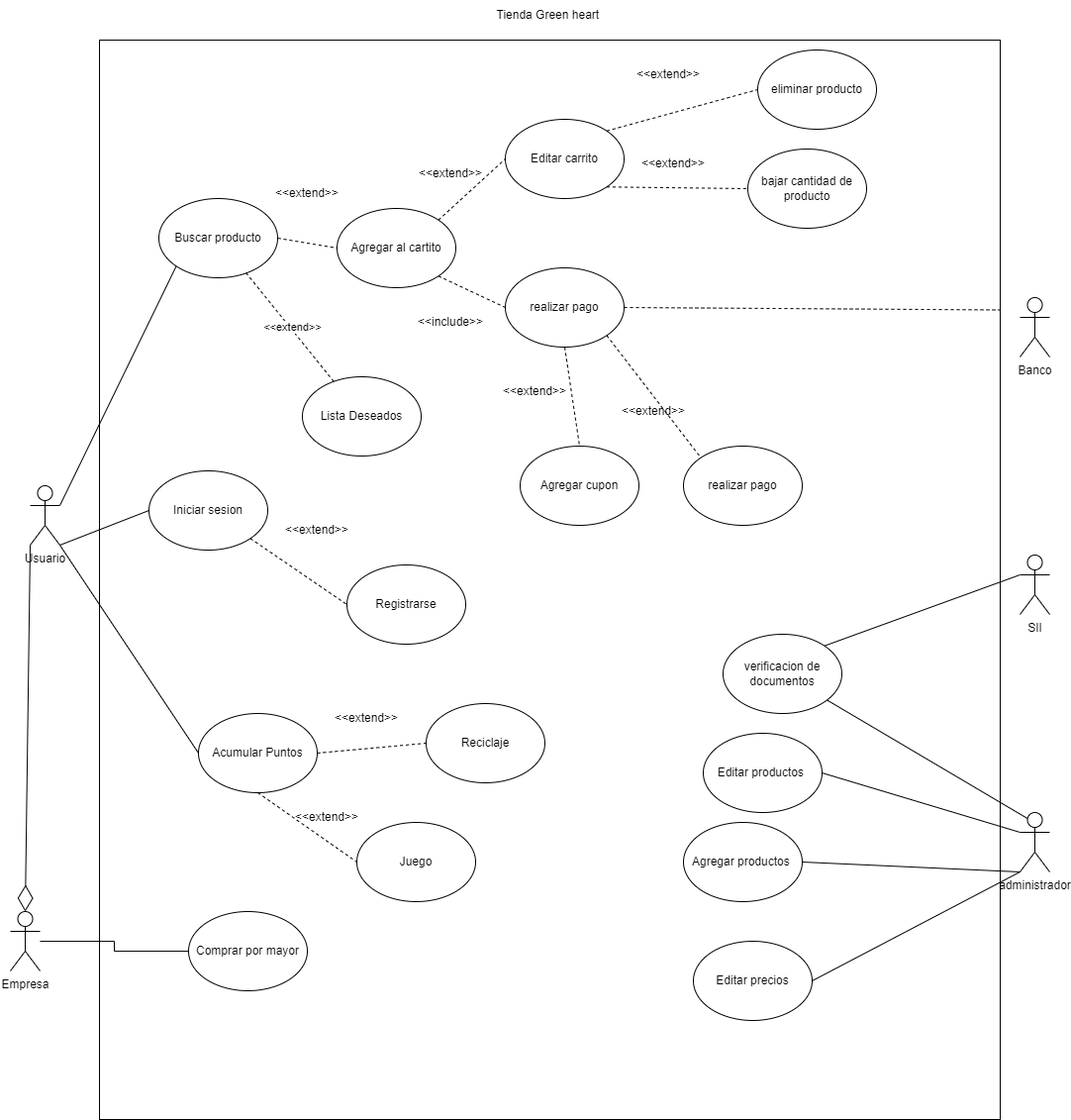
Before: imgReadme/casosuso.png, a diagram exported from draw.io (HVGamerYT7/Proyecto-Ing-Web). Source tidied: cells renumbered, new cells last; positions are measured from the earlier drawing's top-left corner, leaving out a move shared by most shapes.
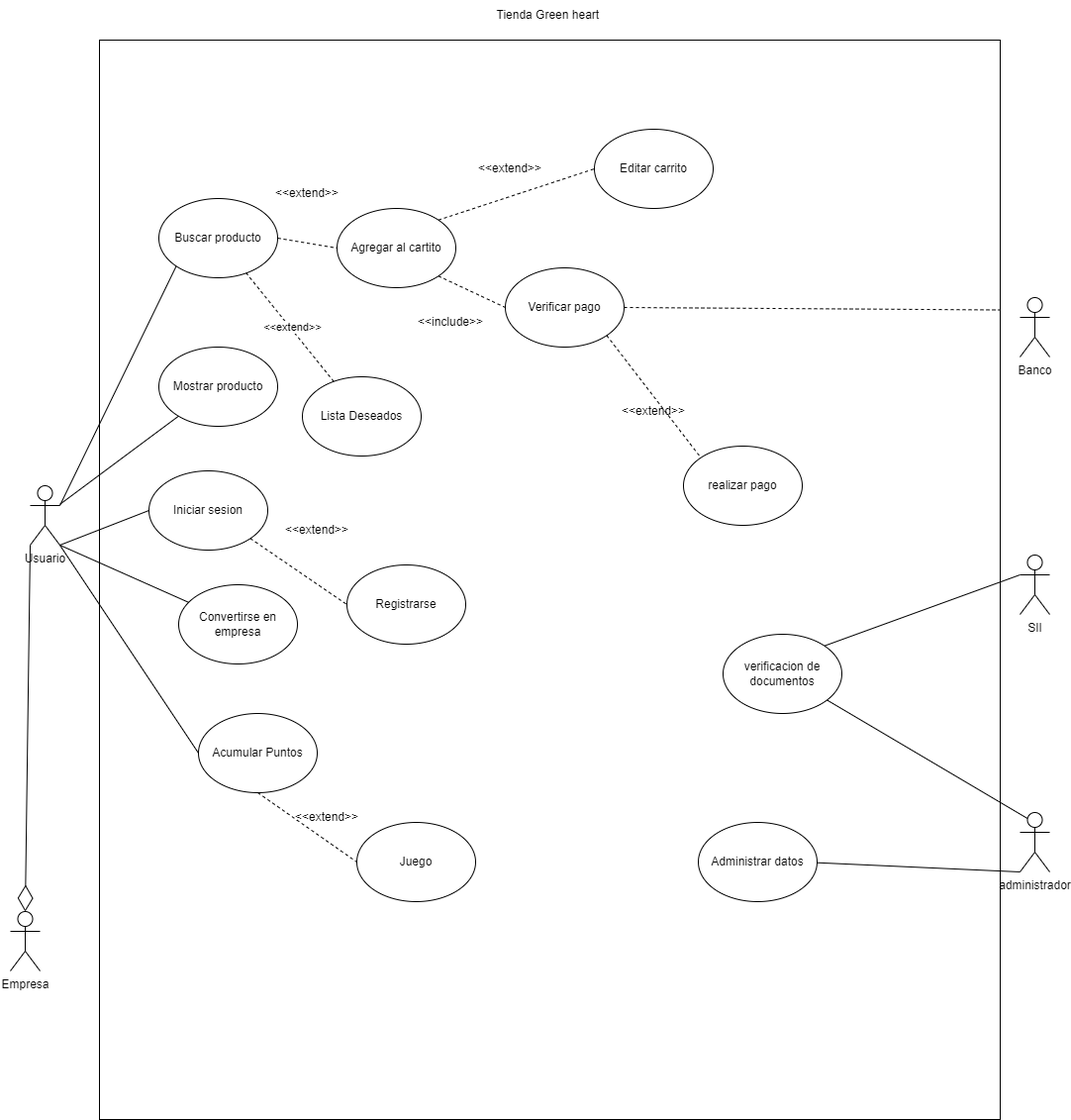
The same file after the commit.

Change to the diagram source:
```diff
@@ -11,9 +11,6 @@
     <mxCell id="4" value="Tienda&amp;nbsp;Green heart&amp;nbsp;" style="text;html=1;strokeColor=none;fillColor=none;align=center;verticalAlign=middle;whiteSpace=wrap;rounded=0;" parent="1" vertex="1">
       <mxGeometry x="450" width="190" height="30" as="geometry" />
     </mxCell>
-    <mxCell id="5" style="edgeStyle=orthogonalEdgeStyle;rounded=0;jettySize=auto;html=1;endArrow=none;endFill=0;" parent="1" edge="1" source="6" target="57">
-      <mxGeometry relative="1" as="geometry" />
-    </mxCell>
     <mxCell id="6" value="Empresa" style="shape=umlActor;verticalLabelPosition=bottom;verticalAlign=top;html=1;outlineConnect=0;" parent="1" vertex="1">
       <mxGeometry y="920" width="30" height="60" as="geometry" />
     </mxCell>
@@ -26,11 +23,8 @@
     <mxCell id="9" style="endArrow=none;html=1;rounded=0;exitX=1;exitY=1;exitDx=0;exitDy=0;exitPerimeter=0;entryX=0;entryY=0.5;entryDx=0;entryDy=0;" parent="1" edge="1" source="3" target="7">
       <mxGeometry relative="1" as="geometry" />
     </mxCell>
-    <mxCell id="10" value="Agregar productos&amp;nbsp;" style="ellipse;whiteSpace=wrap;html=1;" parent="1" vertex="1">
-      <mxGeometry x="680" y="830" width="120" height="80" as="geometry" />
-    </mxCell>
     <mxCell id="11" value="Editar carrito" style="ellipse;whiteSpace=wrap;html=1;" parent="1" vertex="1">
-      <mxGeometry x="500" y="120" width="120" height="80" as="geometry" />
+      <mxGeometry x="590" y="130" width="120" height="80" as="geometry" />
     </mxCell>
     <mxCell id="12" value="Buscar producto" style="ellipse;whiteSpace=wrap;html=1;" parent="1" vertex="1">
       <mxGeometry x="150" y="200" width="120" height="80" as="geometry" />
@@ -41,7 +35,7 @@
     <mxCell id="14" value="&amp;lt;&amp;lt;extend&amp;gt;&amp;gt;" style="text;html=1;strokeColor=none;fillColor=none;align=center;verticalAlign=middle;whiteSpace=wrap;rounded=0;" parent="1" vertex="1">
       <mxGeometry x="270" y="180" width="60" height="30" as="geometry" />
     </mxCell>
-    <mxCell id="15" value="realizar pago" style="ellipse;whiteSpace=wrap;html=1;" parent="1" vertex="1">
+    <mxCell id="15" value="Verificar pago" style="ellipse;whiteSpace=wrap;html=1;" parent="1" vertex="1">
       <mxGeometry x="500" y="270" width="120" height="80" as="geometry" />
     </mxCell>
     <mxCell id="16" value="&amp;lt;&amp;lt;include&amp;gt;&amp;gt;" style="text;html=1;strokeColor=none;fillColor=none;align=center;verticalAlign=middle;whiteSpace=wrap;rounded=0;" parent="1" vertex="1">
@@ -53,20 +47,16 @@
     <mxCell id="18" value="&amp;lt;&amp;lt;extend&amp;gt;&amp;gt;" style="text;html=1;strokeColor=none;fillColor=none;align=center;verticalAlign=middle;whiteSpace=wrap;rounded=0;" parent="1" vertex="1">
       <mxGeometry x="280" y="520" width="60" height="30" as="geometry" />
     </mxCell>
-    <mxCell id="19" value="Editar productos&amp;nbsp;" style="ellipse;whiteSpace=wrap;html=1;" parent="1" vertex="1">
-      <mxGeometry x="700" y="740" width="120" height="80" as="geometry" />
-    </mxCell>
     <mxCell id="20" value="verificacion de documentos" style="ellipse;whiteSpace=wrap;html=1;" parent="1" vertex="1">
       <mxGeometry x="720" y="640" width="120" height="80" as="geometry" />
     </mxCell>
     <mxCell id="21" style="endArrow=none;html=1;rounded=0;entryX=0.25;entryY=0.1;entryDx=0;entryDy=0;entryPerimeter=0;" parent="1" edge="1" source="20" target="8">
       <mxGeometry relative="1" as="geometry" />
     </mxCell>
-    <mxCell id="22" style="endArrow=none;html=1;rounded=0;entryX=0;entryY=0.3333333333333333;entryDx=0;entryDy=0;entryPerimeter=0;exitX=1;exitY=0.5;exitDx=0;exitDy=0;" parent="1" edge="1" source="19" target="8">
-      <mxGeometry relative="1" as="geometry" />
-    </mxCell>
-    <mxCell id="23" style="endArrow=none;html=1;rounded=0;entryX=0;entryY=1;entryDx=0;entryDy=0;entryPerimeter=0;exitX=1;exitY=0.5;exitDx=0;exitDy=0;" parent="1" edge="1" source="10" target="8">
-      <mxGeometry relative="1" as="geometry" />
+    <mxCell id="23" style="endArrow=none;html=1;rounded=0;entryX=0;entryY=1;entryDx=0;entryDy=0;entryPerimeter=0;exitX=1;exitY=0.5;exitDx=0;exitDy=0;" parent="1" edge="1" target="8">
+      <mxGeometry relative="1" as="geometry">
+        <mxPoint x="800" y="870" as="sourcePoint" />
+      </mxGeometry>
     </mxCell>
     <mxCell id="24" value="Banco" style="shape=umlActor;verticalLabelPosition=bottom;verticalAlign=top;html=1;" parent="1" vertex="1">
       <mxGeometry x="1020" y="300" width="30" height="60" as="geometry" />
@@ -77,35 +67,14 @@
     <mxCell id="26" style="endArrow=none;html=1;rounded=0;entryX=0;entryY=0.3333333333333333;entryDx=0;entryDy=0;entryPerimeter=0;exitX=1;exitY=0;exitDx=0;exitDy=0;" parent="1" edge="1" source="20" target="25">
       <mxGeometry relative="1" as="geometry" />
     </mxCell>
-    <mxCell id="27" value="eliminar producto" style="ellipse;whiteSpace=wrap;html=1;" parent="1" vertex="1">
-      <mxGeometry x="755" y="50" width="120" height="80" as="geometry" />
-    </mxCell>
-    <mxCell id="28" value="&amp;lt;&amp;lt;extend&amp;gt;&amp;gt;" style="text;html=1;strokeColor=none;fillColor=none;align=center;verticalAlign=middle;whiteSpace=wrap;rounded=0;" parent="1" vertex="1">
-      <mxGeometry x="635" y="60" width="60" height="30" as="geometry" />
-    </mxCell>
-    <mxCell id="29" value="bajar cantidad de producto" style="ellipse;whiteSpace=wrap;html=1;" parent="1" vertex="1">
-      <mxGeometry x="745" y="150" width="120" height="80" as="geometry" />
-    </mxCell>
-    <mxCell id="30" value="&amp;lt;&amp;lt;extend&amp;gt;&amp;gt;" style="text;html=1;strokeColor=none;fillColor=none;align=center;verticalAlign=middle;whiteSpace=wrap;rounded=0;" parent="1" vertex="1">
-      <mxGeometry x="640" y="150" width="60" height="30" as="geometry" />
-    </mxCell>
-    <mxCell id="31" value="Agregar cupon" style="ellipse;whiteSpace=wrap;html=1;" parent="1" vertex="1">
-      <mxGeometry x="515" y="450" width="120" height="80" as="geometry" />
-    </mxCell>
     <mxCell id="32" value="&amp;lt;&amp;lt;extend&amp;gt;&amp;gt;" style="text;html=1;strokeColor=none;fillColor=none;align=center;verticalAlign=middle;whiteSpace=wrap;rounded=0;" parent="1" vertex="1">
       <mxGeometry x="620" y="400" width="60" height="30" as="geometry" />
     </mxCell>
-    <mxCell id="33" value="Editar precios" style="ellipse;whiteSpace=wrap;html=1;" parent="1" vertex="1">
-      <mxGeometry x="690" y="950" width="120" height="80" as="geometry" />
-    </mxCell>
-    <mxCell id="34" style="endArrow=none;html=1;rounded=0;entryX=0;entryY=1;entryDx=0;entryDy=0;entryPerimeter=0;exitX=1;exitY=0.5;exitDx=0;exitDy=0;" parent="1" edge="1" source="33" target="8">
-      <mxGeometry relative="1" as="geometry" />
-    </mxCell>
     <mxCell id="35" value="Agregar al cartito" style="ellipse;whiteSpace=wrap;html=1;" parent="1" vertex="1">
       <mxGeometry x="330" y="210" width="120" height="80" as="geometry" />
     </mxCell>
     <mxCell id="36" value="&amp;lt;&amp;lt;extend&amp;gt;&amp;gt;" style="text;html=1;strokeColor=none;fillColor=none;align=center;verticalAlign=middle;whiteSpace=wrap;rounded=0;" parent="1" vertex="1">
-      <mxGeometry x="415" y="160" width="60" height="30" as="geometry" />
+      <mxGeometry x="475" y="155" width="60" height="30" as="geometry" />
     </mxCell>
     <mxCell id="37" style="endArrow=diamondThin;endFill=0;endSize=24;html=1;rounded=0;exitX=0;exitY=1;exitDx=0;exitDy=0;exitPerimeter=0;entryX=0.5;entryY=0;entryDx=0;entryDy=0;entryPerimeter=0;" parent="1" edge="1" source="3" target="6">
       <mxGeometry relative="1" as="geometry" />
@@ -113,24 +82,15 @@
     <mxCell id="38" value="realizar pago" style="ellipse;whiteSpace=wrap;html=1;" parent="1" vertex="1">
       <mxGeometry x="680" y="450" width="120" height="80" as="geometry" />
     </mxCell>
-    <mxCell id="39" value="&amp;lt;&amp;lt;extend&amp;gt;&amp;gt;" style="text;html=1;strokeColor=none;fillColor=none;align=center;verticalAlign=middle;whiteSpace=wrap;rounded=0;" parent="1" vertex="1">
-      <mxGeometry x="500" y="380" width="60" height="30" as="geometry" />
-    </mxCell>
     <mxCell id="40" value="Acumular Puntos" style="ellipse;whiteSpace=wrap;html=1;" parent="1" vertex="1">
       <mxGeometry x="190" y="720" width="120" height="80" as="geometry" />
     </mxCell>
     <mxCell id="41" style="endArrow=none;html=1;rounded=0;exitX=1;exitY=1;exitDx=0;exitDy=0;exitPerimeter=0;entryX=0;entryY=0.5;entryDx=0;entryDy=0;" parent="1" edge="1" source="3" target="40">
       <mxGeometry relative="1" as="geometry" />
     </mxCell>
-    <mxCell id="42" value="Reciclaje" style="ellipse;whiteSpace=wrap;html=1;" parent="1" vertex="1">
-      <mxGeometry x="420" y="710" width="120" height="80" as="geometry" />
-    </mxCell>
     <mxCell id="43" value="Juego" style="ellipse;whiteSpace=wrap;html=1;" parent="1" vertex="1">
       <mxGeometry x="350" y="830" width="120" height="80" as="geometry" />
     </mxCell>
-    <mxCell id="44" value="&amp;lt;&amp;lt;extend&amp;gt;&amp;gt;" style="text;html=1;strokeColor=none;fillColor=none;align=center;verticalAlign=middle;whiteSpace=wrap;rounded=0;" parent="1" vertex="1">
-      <mxGeometry x="330" y="710" width="60" height="30" as="geometry" />
-    </mxCell>
     <mxCell id="45" value="&amp;lt;&amp;lt;extend&amp;gt;&amp;gt;" style="text;html=1;strokeColor=none;fillColor=none;align=center;verticalAlign=middle;whiteSpace=wrap;rounded=0;" parent="1" vertex="1">
       <mxGeometry x="290" y="810" width="60" height="30" as="geometry" />
     </mxCell>
@@ -143,33 +103,18 @@
     <mxCell id="48" style="endArrow=none;dashed=1;html=1;rounded=0;exitX=1;exitY=1;exitDx=0;exitDy=0;entryX=0;entryY=0.5;entryDx=0;entryDy=0;" parent="1" edge="1" source="35" target="15">
       <mxGeometry relative="1" as="geometry" />
     </mxCell>
-    <mxCell id="49" style="endArrow=none;dashed=1;html=1;rounded=0;exitX=1;exitY=0;exitDx=0;exitDy=0;entryX=0;entryY=0.5;entryDx=0;entryDy=0;" parent="1" edge="1" source="11" target="27">
-      <mxGeometry relative="1" as="geometry" />
-    </mxCell>
-    <mxCell id="50" style="endArrow=none;dashed=1;html=1;rounded=0;exitX=1;exitY=1;exitDx=0;exitDy=0;entryX=0;entryY=0.5;entryDx=0;entryDy=0;" parent="1" edge="1" source="11" target="29">
-      <mxGeometry relative="1" as="geometry" />
-    </mxCell>
     <mxCell id="51" style="endArrow=none;dashed=1;html=1;rounded=0;exitX=1;exitY=0.5;exitDx=0;exitDy=0;entryX=1;entryY=0.25;entryDx=0;entryDy=0;" parent="1" edge="1" source="15" target="2">
       <mxGeometry relative="1" as="geometry" />
     </mxCell>
     <mxCell id="52" style="endArrow=none;dashed=1;html=1;rounded=0;exitX=1;exitY=1;exitDx=0;exitDy=0;entryX=0;entryY=0;entryDx=0;entryDy=0;" parent="1" edge="1" source="15" target="38">
       <mxGeometry relative="1" as="geometry" />
     </mxCell>
-    <mxCell id="53" style="endArrow=none;dashed=1;html=1;rounded=0;exitX=0.5;exitY=1;exitDx=0;exitDy=0;entryX=0.5;entryY=0;entryDx=0;entryDy=0;" parent="1" edge="1" source="15" target="31">
-      <mxGeometry relative="1" as="geometry" />
-    </mxCell>
     <mxCell id="54" style="endArrow=none;dashed=1;html=1;rounded=0;exitX=1;exitY=1;exitDx=0;exitDy=0;entryX=0;entryY=0.5;entryDx=0;entryDy=0;" parent="1" edge="1" source="7" target="17">
       <mxGeometry relative="1" as="geometry" />
     </mxCell>
-    <mxCell id="55" style="endArrow=none;dashed=1;html=1;rounded=0;exitX=1;exitY=0.5;exitDx=0;exitDy=0;entryX=0;entryY=0.5;entryDx=0;entryDy=0;" parent="1" edge="1" source="40" target="42">
-      <mxGeometry relative="1" as="geometry" />
-    </mxCell>
     <mxCell id="56" style="endArrow=none;dashed=1;html=1;rounded=0;exitX=0.5;exitY=1;exitDx=0;exitDy=0;entryX=0;entryY=0.5;entryDx=0;entryDy=0;" parent="1" edge="1" source="40" target="43">
       <mxGeometry relative="1" as="geometry" />
     </mxCell>
-    <mxCell id="57" value="Comprar por mayor" style="ellipse;whiteSpace=wrap;html=1;" parent="1" vertex="1">
-      <mxGeometry x="180" y="920" width="120" height="80" as="geometry" />
-    </mxCell>
     <mxCell id="58" value="Lista Deseados" style="ellipse;whiteSpace=wrap;html=1;" parent="1" vertex="1">
       <mxGeometry x="295" y="380" width="120" height="80" as="geometry" />
     </mxCell>
@@ -179,5 +124,20 @@
     <mxCell id="60" value="&amp;lt;&amp;lt;extend&amp;gt;&amp;gt;" style="edgeLabel;html=1;align=center;verticalAlign=middle;" parent="59" vertex="1">
       <mxGeometry x="-0.02" y="-2" relative="1" as="geometry" />
     </mxCell>
+    <mxCell id="61" value="Mostrar producto" style="ellipse;whiteSpace=wrap;html=1;" parent="1" vertex="1">
+      <mxGeometry x="150" y="350" width="120" height="80" as="geometry" />
+    </mxCell>
+    <mxCell id="62" style="endArrow=none;html=1;rounded=0;" parent="1" edge="1" source="3" target="61">
+      <mxGeometry relative="1" as="geometry" />
+    </mxCell>
+    <mxCell id="63" value="Convertirse en empresa" style="ellipse;whiteSpace=wrap;html=1;" parent="1" vertex="1">
+      <mxGeometry x="170" y="590" width="120" height="80" as="geometry" />
+    </mxCell>
+    <mxCell id="64" style="endArrow=none;html=1;rounded=0;exitX=1;exitY=1;exitDx=0;exitDy=0;exitPerimeter=0;" parent="1" edge="1" source="3" target="63">
+      <mxGeometry relative="1" as="geometry" />
+    </mxCell>
+    <mxCell id="65" value="Administrar datos" style="ellipse;whiteSpace=wrap;html=1;" parent="1" vertex="1">
+      <mxGeometry x="695" y="830" width="120" height="80" as="geometry" />
+    </mxCell>
   </root>
 </mxGraphModel>
```
